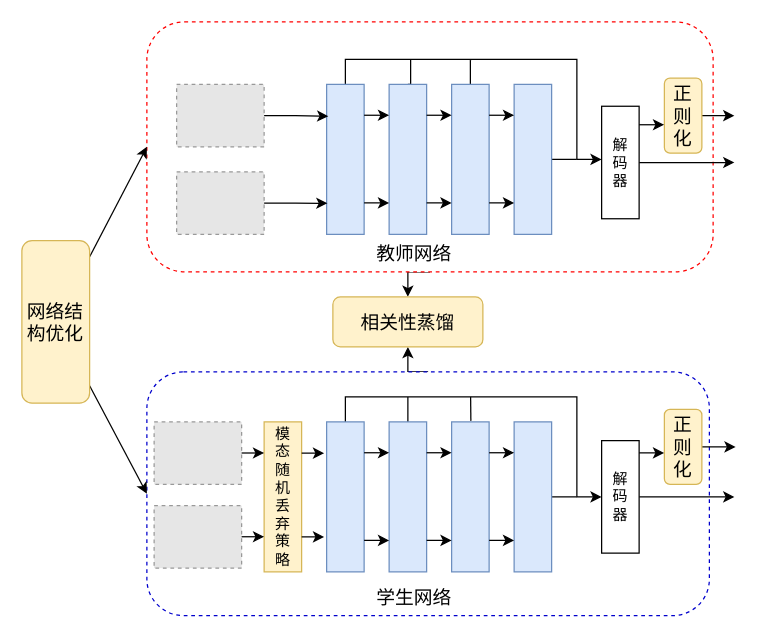
This is 1-2主要内容.drawio from Losh-shi/graduate_map, a draw.io file, before an edit. Source tidied: cells renumbered, new cells numbered last; positions are measured from the earlier drawing's top-left corner, leaving out a move shared by most shapes. Both pictures are drawn from the tidied source at 125%, with x=0, y=0 at pixel (21, 21). Pictures stored in the file or linked from it are replaced by grey dashed boxes.
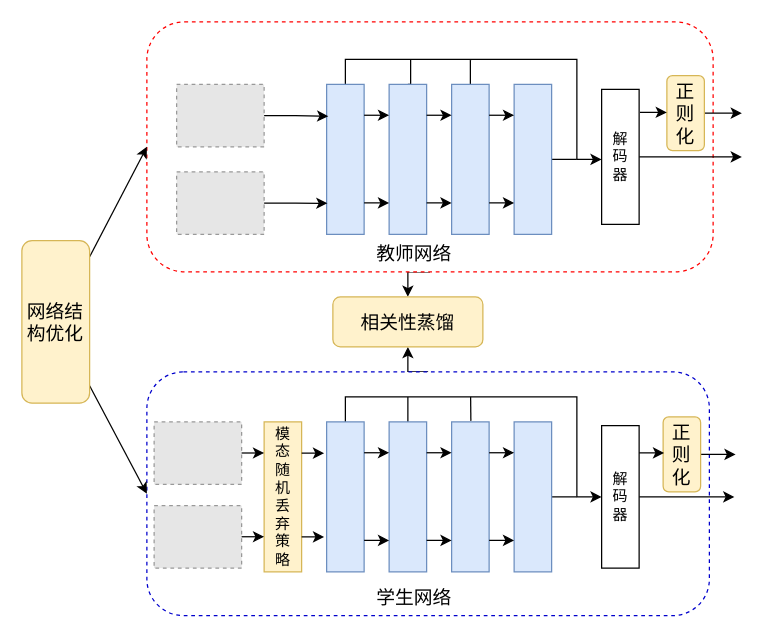
Above is the later version.

Commit message:
更新1-2主要内容.drawio

What changed in the source:
```diff
@@
     <mxCell id="40" value="解&lt;div&gt;码&lt;/div&gt;&lt;div&gt;器&lt;/div&gt;" style="rounded=0;whiteSpace=wrap;html=1;" parent="1" vertex="1">
-      <mxGeometry x="463.8" y="335" width="30" height="90" as="geometry" />
+      <mxGeometry x="463.8" y="323" width="30" height="114" as="geometry" />
     </mxCell>
@@
     <mxCell id="52" style="edgeStyle=orthogonalEdgeStyle;rounded=0;jettySize=auto;html=1;" parent="1" edge="1" source="53">
       <mxGeometry relative="1" as="geometry">
-        <mxPoint x="571" y="340" as="targetPoint" />
+        <mxPoint x="571" y="346" as="targetPoint" />
       </mxGeometry>
     </mxCell>
     <mxCell id="53" value="&lt;font style=&quot;font-size: 15px;&quot; face=&quot;宋体&quot;&gt;正&lt;/font&gt;&lt;div&gt;&lt;font style=&quot;font-size: 15px;&quot; face=&quot;宋体&quot;&gt;则&lt;/font&gt;&lt;/div&gt;&lt;div&gt;&lt;font style=&quot;font-size: 15px;&quot; face=&quot;宋体&quot;&gt;化&lt;/font&gt;&lt;/div&gt;" style="rounded=1;whiteSpace=wrap;html=1;fillColor=#fff2cc;strokeColor=#d6b656;" parent="1" vertex="1">
-      <mxGeometry x="514" y="310" width="30" height="60" as="geometry" />
+      <mxGeometry x="513" y="316" width="30" height="60" as="geometry" />
     </mxCell>
@@
     <mxCell id="55" style="edgeStyle=orthogonalEdgeStyle;rounded=0;jettySize=auto;html=1;exitX=1;exitY=0.5;exitDx=0;exitDy=0;" parent="1" edge="1" source="56">
       <mxGeometry relative="1" as="geometry">
-        <mxPoint x="570" y="112.5" as="targetPoint" />
+        <mxPoint x="576" y="108" as="targetPoint" />
       </mxGeometry>
     </mxCell>
     <mxCell id="56" value="解&lt;div&gt;码&lt;/div&gt;&lt;div&gt;器&lt;/div&gt;" style="rounded=0;whiteSpace=wrap;html=1;" parent="1" vertex="1">
-      <mxGeometry x="463.8" y="67.5" width="30" height="90" as="geometry" />
+      <mxGeometry x="463.8" y="54" width="30" height="108" as="geometry" />
     </mxCell>
     <mxCell id="57" style="rounded=0;jettySize=auto;html=1;" parent="1" edge="1" source="58">
       <mxGeometry relative="1" as="geometry">
-        <mxPoint x="570" y="75" as="targetPoint" />
+        <mxPoint x="576" y="73" as="targetPoint" />
       </mxGeometry>
     </mxCell>
     <mxCell id="58" value="&lt;font style=&quot;font-size: 15px;&quot; face=&quot;宋体&quot;&gt;正&lt;/font&gt;&lt;div&gt;&lt;font style=&quot;font-size: 15px;&quot; face=&quot;宋体&quot;&gt;则&lt;/font&gt;&lt;/div&gt;&lt;div&gt;&lt;font style=&quot;font-size: 15px;&quot; face=&quot;宋体&quot;&gt;化&lt;/font&gt;&lt;/div&gt;" style="rounded=1;whiteSpace=wrap;html=1;fillColor=#fff2cc;strokeColor=#d6b656;" parent="1" vertex="1">
-      <mxGeometry x="514" y="45" width="30" height="60" as="geometry" />
+      <mxGeometry x="516" y="43" width="30" height="60" as="geometry" />
     </mxCell>
-    <mxCell id="59" style="edgeStyle=orthogonalEdgeStyle;rounded=0;orthogonalLoop=1;jettySize=auto;html=1;" parent="1" edge="1">
-      <mxGeometry relative="1" as="geometry">
-        <mxPoint x="493.8" y="82.3" as="sourcePoint" />
-        <mxPoint x="513.8" y="82.7" as="targetPoint" />
-      </mxGeometry>
+    <mxCell id="59" style="edgeStyle=orthogonalEdgeStyle;rounded=0;jettySize=auto;html=1;exitX=1.023;exitY=0.17;exitDx=0;exitDy=0;exitPerimeter=0;entryX=0;entryY=0.5;entryDx=0;entryDy=0;" parent="1" edge="1" source="56" target="58">
+      <mxGeometry relative="1" as="geometry" />
     </mxCell>
```
